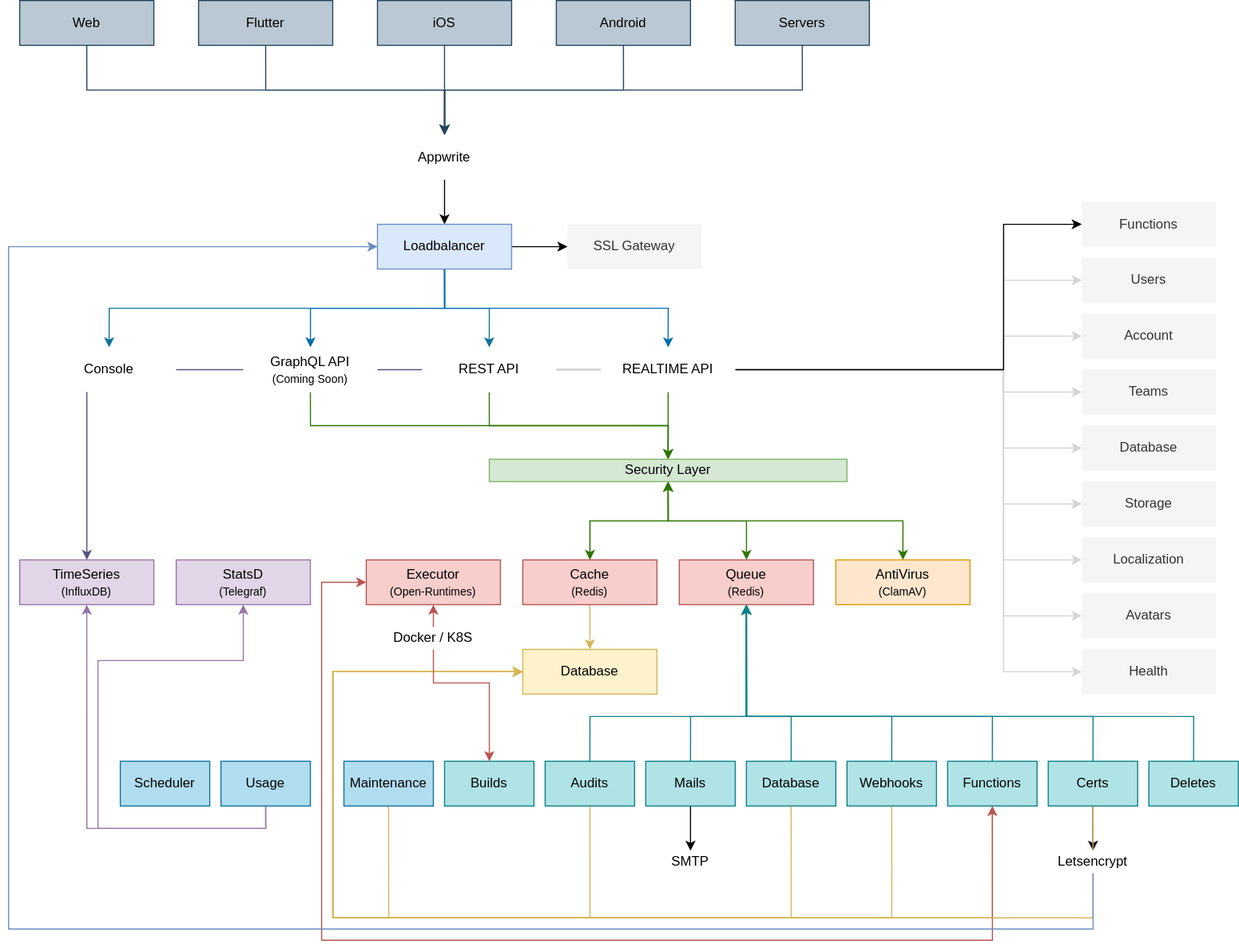
Before: docs/specs/overview.drawio.svg, a diagram exported from draw.io (silverknight59222/appwrite). Source tidied: cells renumbered, new cells last; positions are measured from the earlier drawing's top-left corner, leaving out a move shared by most shapes.
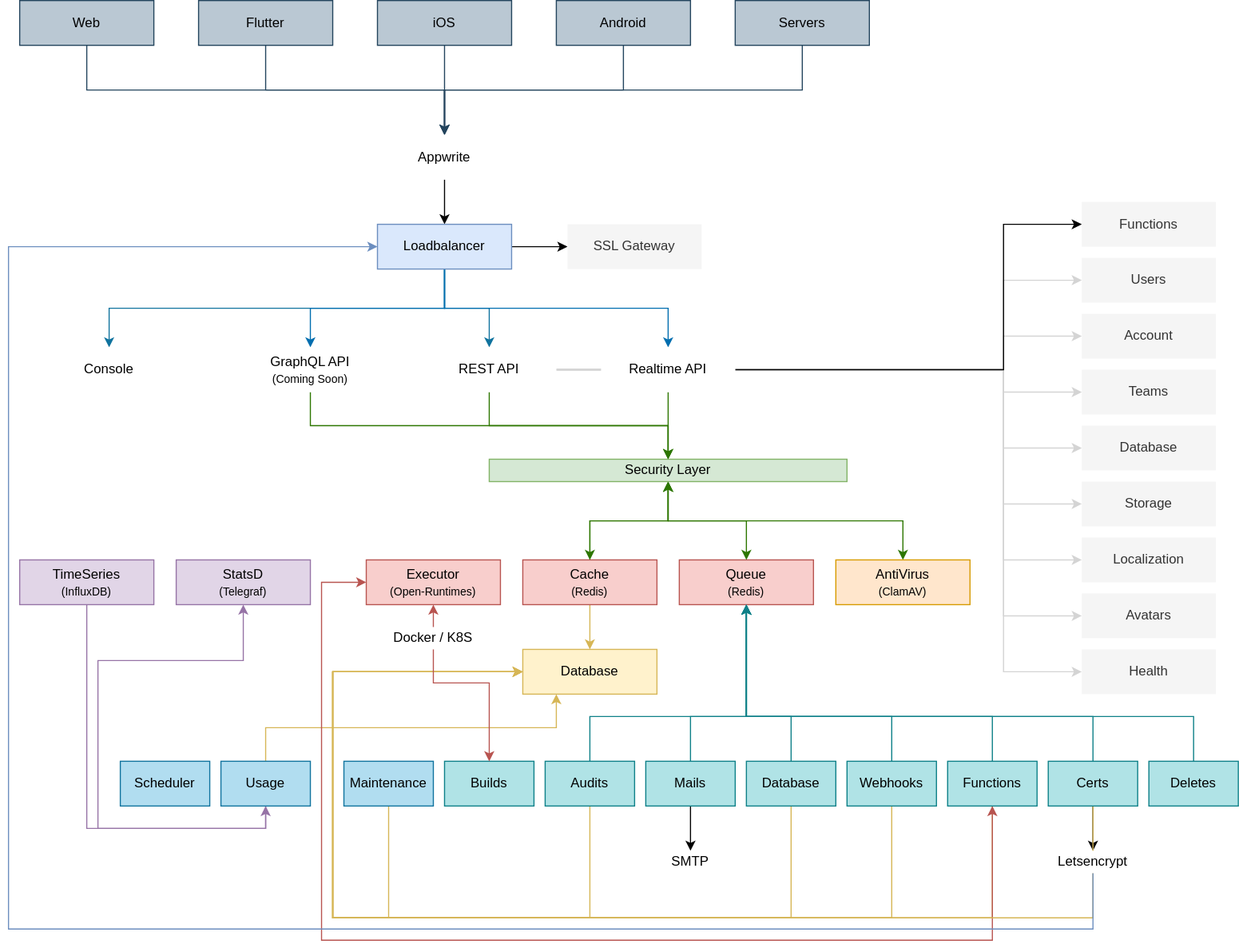
Later version of the same file.

What changed in the source:
```diff
@@ -116,9 +116,6 @@
         </Array>
       </mxGeometry>
     </mxCell>
-    <mxCell id="27" style="edgeStyle=orthogonalEdgeStyle;rounded=0;jettySize=auto;html=1;exitX=0;exitY=0.5;exitDx=0;exitDy=0;fillColor=#d0cee2;strokeColor=#56517e;" parent="1" edge="1" source="30" target="72">
-      <mxGeometry relative="1" as="geometry" />
-    </mxCell>
     <mxCell id="28" style="edgeStyle=orthogonalEdgeStyle;rounded=0;jettySize=auto;html=1;exitX=0.5;exitY=1;exitDx=0;exitDy=0;entryX=0.5;entryY=0;entryDx=0;entryDy=0;fillColor=#60a917;strokeColor=#2D7600;" parent="1" edge="1" source="30" target="50">
       <mxGeometry relative="1" as="geometry" />
     </mxCell>
@@ -199,7 +196,7 @@
     <mxCell id="50" value="Security Layer" style="rounded=0;whiteSpace=wrap;html=1;strokeColor=#82b366;fillColor=#d5e8d4;fontColor=#000000;labelBorderColor=none;" parent="1" vertex="1">
       <mxGeometry x="430" y="410" width="320" height="20" as="geometry" />
     </mxCell>
-    <mxCell id="51" style="edgeStyle=orthogonalEdgeStyle;rounded=0;jettySize=auto;html=1;exitX=0.5;exitY=1;exitDx=0;exitDy=0;entryX=0.5;entryY=1;entryDx=0;entryDy=0;fillColor=#e1d5e7;strokeColor=#9673a6;" parent="1" edge="1" source="53">
+    <mxCell id="51" style="edgeStyle=orthogonalEdgeStyle;rounded=0;jettySize=auto;html=1;exitX=0.5;exitY=1;exitDx=0;exitDy=0;entryX=0.5;entryY=1;entryDx=0;entryDy=0;fillColor=#e1d5e7;strokeColor=#9673a6;startArrow=classic;startFill=1;endArrow=none;endFill=0;" parent="1" edge="1" source="53">
       <mxGeometry relative="1" as="geometry">
         <mxPoint x="70" y="540" as="targetPoint" />
       </mxGeometry>
@@ -218,6 +215,9 @@
         </Array>
       </mxGeometry>
     </mxCell>
+    <mxCell id="94" style="edgeStyle=orthogonalEdgeStyle;rounded=0;html=1;exitX=0.5;exitY=0;exitDx=0;exitDy=0;entryX=0.25;entryY=1;entryDx=0;entryDy=0;fontSize=10;startArrow=none;startFill=0;endArrow=classic;endFill=1;fillColor=#fff2cc;strokeColor=#d6b656;" parent="1" edge="1" source="53" target="35">
+      <mxGeometry relative="1" as="geometry" />
+    </mxCell>
     <mxCell id="53" value="Usage" style="rounded=0;whiteSpace=wrap;html=1;strokeColor=#10739e;fillColor=#b1ddf0;labelBorderColor=none;fontColor=#000000;" parent="1" vertex="1">
       <mxGeometry x="190" y="680" width="80" height="40" as="geometry" />
     </mxCell>
@@ -393,7 +393,7 @@
         </Array>
       </mxGeometry>
     </mxCell>
-    <mxCell id="84" value="REALTIME API" style="rounded=0;whiteSpace=wrap;html=1;strokeColor=none;" parent="1" vertex="1">
+    <mxCell id="84" value="Realtime API" style="rounded=0;whiteSpace=wrap;html=1;strokeColor=none;" parent="1" vertex="1">
       <mxGeometry x="530" y="310" width="120" height="40" as="geometry" />
     </mxCell>
     <mxCell id="85" value="Scheduler" style="rounded=0;whiteSpace=wrap;html=1;strokeColor=#10739e;fillColor=#b1ddf0;labelBorderColor=none;fontColor=#000000;" parent="1" vertex="1">
```
